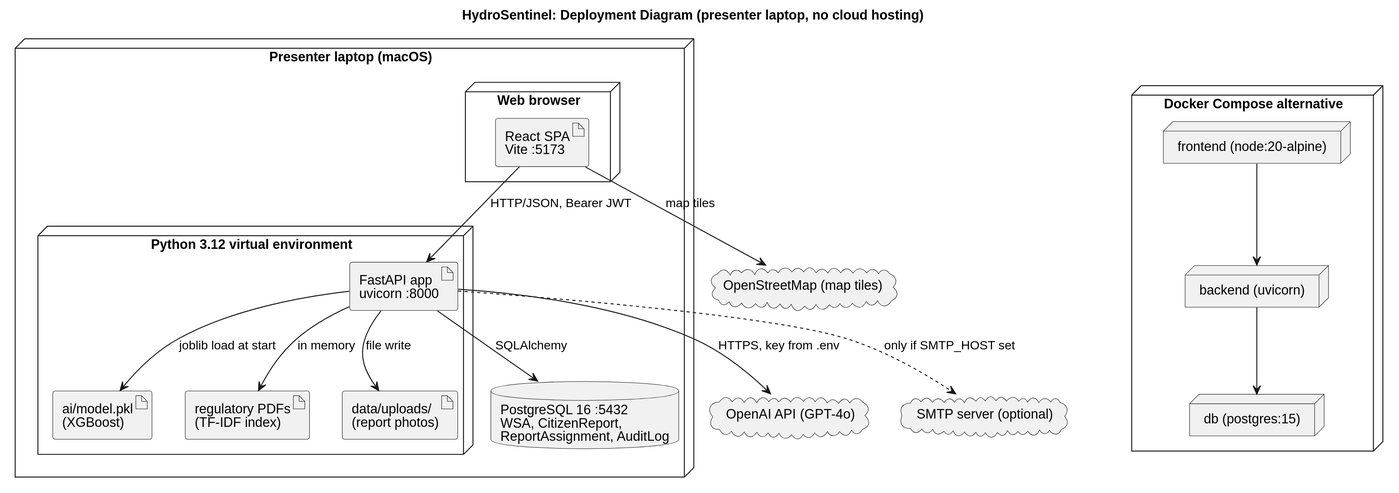
Before: docs/a5/uml/ISJ107V_A5_Q3.4b_Deployment.svg, a diagram exported from PlantUML (Malodeity/hydrosentinel). Its diagram source:
```plantuml
@startuml
skinparam shadowing false
skinparam dpi 200
skinparam defaultFontName Helvetica
title HydroSentinel: Deployment Diagram (presenter laptop, no cloud hosting)

node "Presenter laptop (macOS)" {
  node "Web browser" {
    artifact "React SPA\nVite :5173" as SPA
  }
  node "Python 3.12 virtual environment" {
    artifact "FastAPI app\nuvicorn :8000" as API
    artifact "ai/model.pkl\n(XGBoost)" as MODEL
    artifact "regulatory PDFs\n(TF-IDF index)" as RAG
    artifact "data/uploads/\n(report photos)" as UP
  }
  database "PostgreSQL 16 :5432\nWSA, CitizenReport,\nReportAssignment, AuditLog" as DB
}
node "Docker Compose alternative" {
  node "db (postgres:15)" as CDB
  node "backend (uvicorn)" as CAPI
  node "frontend (node:20-alpine)" as CFE
}
cloud "OpenAI API (GPT-4o)" as OAI
cloud "SMTP server (optional)" as SMTP
cloud "OpenStreetMap (map tiles)" as OSM

SPA --> API : HTTP/JSON, Bearer JWT
API --> DB : SQLAlchemy
API --> MODEL : joblib load at start
API --> RAG : in memory
API --> UP : file write
API --> OAI : HTTPS, key from .env
API ..> SMTP : only if SMTP_HOST set
SPA --> OSM : map tiles
CFE --> CAPI
CAPI --> CDB
@enduml
```
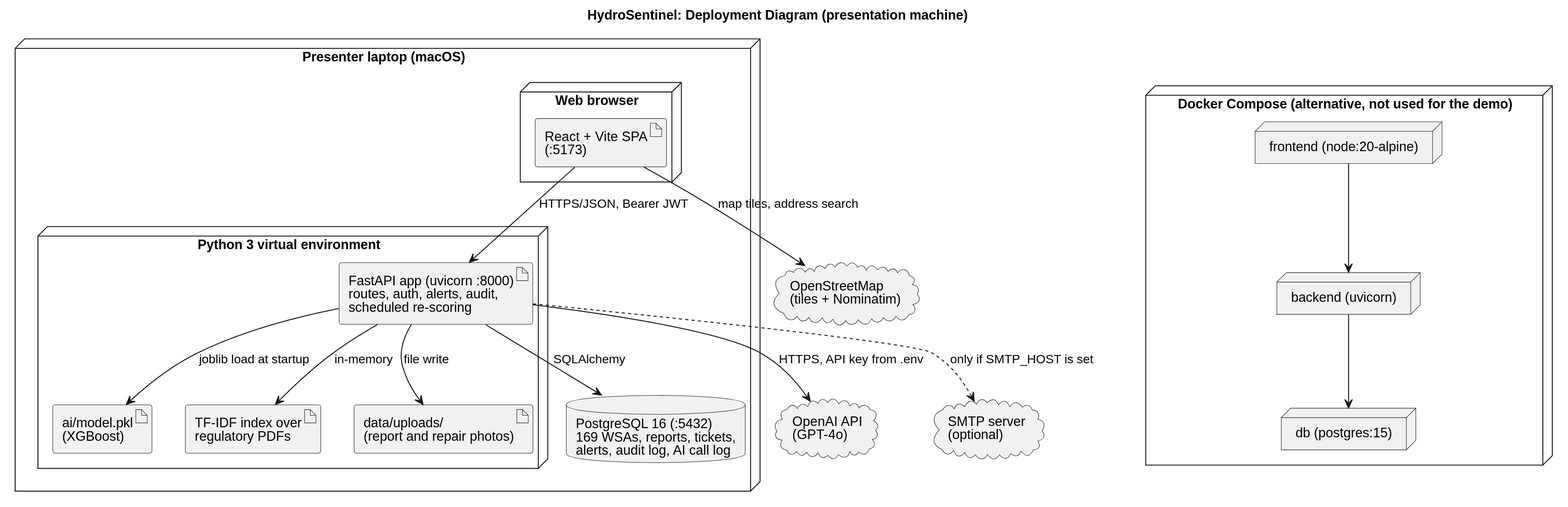
After the commit.

What changed in the source:
```diff
@@ -2,37 +2,37 @@
 skinparam shadowing false
 skinparam dpi 200
 skinparam defaultFontName Helvetica
-title HydroSentinel: Deployment Diagram (presenter laptop, no cloud hosting)
+title HydroSentinel: Deployment Diagram (presentation machine)
 
 node "Presenter laptop (macOS)" {
   node "Web browser" {
-    artifact "React SPA\nVite :5173" as SPA
+    artifact "React + Vite SPA\n(:5173)" as SPA
   }
-  node "Python 3.12 virtual environment" {
-    artifact "FastAPI app\nuvicorn :8000" as API
+  node "Python 3 virtual environment" {
+    artifact "FastAPI app (uvicorn :8000)\nroutes, auth, alerts, audit,\nscheduled re-scoring" as API
     artifact "ai/model.pkl\n(XGBoost)" as MODEL
-    artifact "regulatory PDFs\n(TF-IDF index)" as RAG
-    artifact "data/uploads/\n(report photos)" as UP
+    artifact "TF-IDF index over\nregulatory PDFs" as RAG
+    artifact "data/uploads/\n(report and repair photos)" as UP
   }
-  database "PostgreSQL 16 :5432\nWSA, CitizenReport,\nReportAssignment, AuditLog" as DB
+  database "PostgreSQL 16 (:5432)\n169 WSAs, reports, tickets,\nalerts, audit log, AI call log" as DB
 }
-node "Docker Compose alternative" {
+node "Docker Compose (alternative, not used for the demo)" {
   node "db (postgres:15)" as CDB
   node "backend (uvicorn)" as CAPI
   node "frontend (node:20-alpine)" as CFE
 }
-cloud "OpenAI API (GPT-4o)" as OAI
-cloud "SMTP server (optional)" as SMTP
-cloud "OpenStreetMap (map tiles)" as OSM
+cloud "OpenAI API\n(GPT-4o)" as OAI
+cloud "OpenStreetMap\n(tiles + Nominatim)" as OSM
+cloud "SMTP server\n(optional)" as SMTP
 
-SPA --> API : HTTP/JSON, Bearer JWT
+SPA --> API : HTTPS/JSON, Bearer JWT
 API --> DB : SQLAlchemy
-API --> MODEL : joblib load at start
-API --> RAG : in memory
+API --> MODEL : joblib load at startup
+API --> RAG : in-memory
 API --> UP : file write
-API --> OAI : HTTPS, key from .env
-API ..> SMTP : only if SMTP_HOST set
-SPA --> OSM : map tiles
+API --> OAI : HTTPS, API key from .env
+API ..> SMTP : only if SMTP_HOST is set
+SPA --> OSM : map tiles, address search
 CFE --> CAPI
 CAPI --> CDB
 @enduml
```
